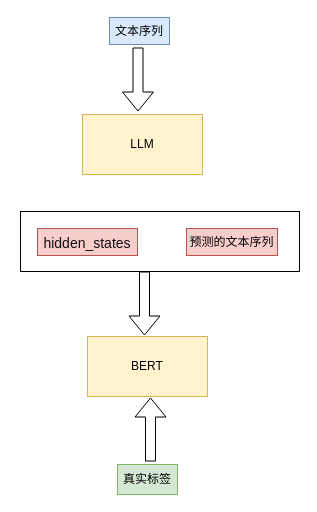
The draw.io diagram ky01.drawio in MrLeiPan/draw, before the edit. Source tidied: cells renumbered, new cells numbered last; positions are measured from the earlier drawing's top-left corner, leaving out a move shared by most shapes. Both pictures are drawn from the tidied source at 100%, with x=0, y=0 at pixel (20, 17).
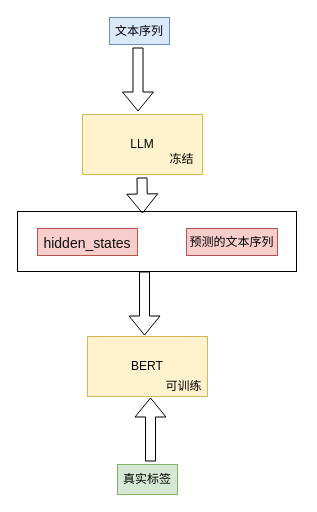
The same page after the edit.

Diff of the diagram source:
```diff
@@
 <mxGraphModel>
   <root>
     <mxCell id="0" />
     <mxCell id="1" parent="0" />
     <mxCell id="2" style="rounded=0;whiteSpace=wrap;html=1;" parent="1" vertex="1">
-      <mxGeometry y="194" width="279" height="60" as="geometry" />
+      <mxGeometry x="-3" y="194" width="279" height="60" as="geometry" />
     </mxCell>
     <mxCell id="3" value="LLM" style="rounded=0;whiteSpace=wrap;html=1;fillColor=#fff2cc;strokeColor=#d6b656;" parent="1" vertex="1">
       <mxGeometry x="62" y="97" width="120" height="60" as="geometry" />
     </mxCell>
     <mxCell id="4" value="文本序列" style="text;html=1;align=center;verticalAlign=middle;whiteSpace=wrap;rounded=0;fillColor=#dae8fc;strokeColor=#6c8ebf;" parent="1" vertex="1">
       <mxGeometry x="89" width="60" height="27" as="geometry" />
     </mxCell>
     <mxCell id="5" style="shape=flexArrow;endArrow=classic;html=1;rounded=0;" parent="1" edge="1">
       <mxGeometry relative="1" as="geometry">
         <mxPoint x="117.5" y="30" as="sourcePoint" />
         <mxPoint x="117.5" y="94" as="targetPoint" />
       </mxGeometry>
     </mxCell>
     <mxCell id="6" value="预测的文本序列" style="text;html=1;align=center;verticalAlign=middle;whiteSpace=wrap;rounded=0;fillColor=#f8cecc;strokeColor=#b85450;" parent="1" vertex="1">
       <mxGeometry x="166" y="211" width="91" height="27" as="geometry" />
     </mxCell>
     <mxCell id="7" value="&lt;p style=&quot;margin: 0px 0px 0px 13px; text-indent: -13px; font-variant-numeric: normal; font-variant-east-asian: normal; font-variant-alternates: normal; font-size-adjust: none; font-kerning: auto; font-optical-sizing: auto; font-feature-settings: normal; font-variation-settings: normal; font-variant-position: normal; font-stretch: normal; font-size: 14px; line-height: normal; font-family: &amp;quot;.AppleSystemUIFontMonospaced&amp;quot;; color: rgb(14, 14, 14); text-align: start;&quot; class=&quot;p1&quot;&gt;hidden_states&lt;/p&gt;" style="text;html=1;align=center;verticalAlign=middle;whiteSpace=wrap;rounded=0;fillColor=#f8cecc;strokeColor=#b85450;" parent="1" vertex="1">
       <mxGeometry x="17" y="211" width="100" height="27" as="geometry" />
     </mxCell>
     <mxCell id="8" value="BERT" style="rounded=0;whiteSpace=wrap;html=1;fillColor=#fff2cc;strokeColor=#d6b656;" parent="1" vertex="1">
       <mxGeometry x="67" y="319" width="120" height="60" as="geometry" />
     </mxCell>
     <mxCell id="9" style="shape=flexArrow;endArrow=classic;html=1;rounded=0;" parent="1" edge="1">
       <mxGeometry relative="1" as="geometry">
         <mxPoint x="124" y="254" as="sourcePoint" />
         <mxPoint x="124" y="318" as="targetPoint" />
       </mxGeometry>
     </mxCell>
     <mxCell id="10" value="真实标签" style="text;html=1;align=center;verticalAlign=middle;whiteSpace=wrap;rounded=0;fillColor=#d5e8d4;strokeColor=#82b366;" parent="1" vertex="1">
       <mxGeometry x="97" y="447" width="60" height="30" as="geometry" />
     </mxCell>
     <mxCell id="11" style="shape=flexArrow;endArrow=classic;html=1;rounded=0;" parent="1" edge="1">
       <mxGeometry relative="1" as="geometry">
         <mxPoint x="130" y="444" as="sourcePoint" />
         <mxPoint x="130" y="380" as="targetPoint" />
       </mxGeometry>
     </mxCell>
+    <mxCell id="12" style="shape=flexArrow;endArrow=classic;html=1;rounded=0;" parent="1" edge="1">
+      <mxGeometry relative="1" as="geometry">
+        <mxPoint x="121.5" y="160" as="sourcePoint" />
+        <mxPoint x="122" y="196" as="targetPoint" />
+      </mxGeometry>
+    </mxCell>
+    <mxCell id="13" value="冻结" style="text;html=1;align=center;verticalAlign=middle;strokeColor=none;fillColor=none;" parent="1" vertex="1">
+      <mxGeometry x="140" y="129" width="42" height="26" as="geometry" />
+    </mxCell>
+    <mxCell id="14" value="可训练" style="text;html=1;align=center;verticalAlign=middle;strokeColor=none;fillColor=none;" parent="1" vertex="1">
+      <mxGeometry x="136" y="356" width="54" height="26" as="geometry" />
+    </mxCell>
   </root>
 </mxGraphModel>
```
